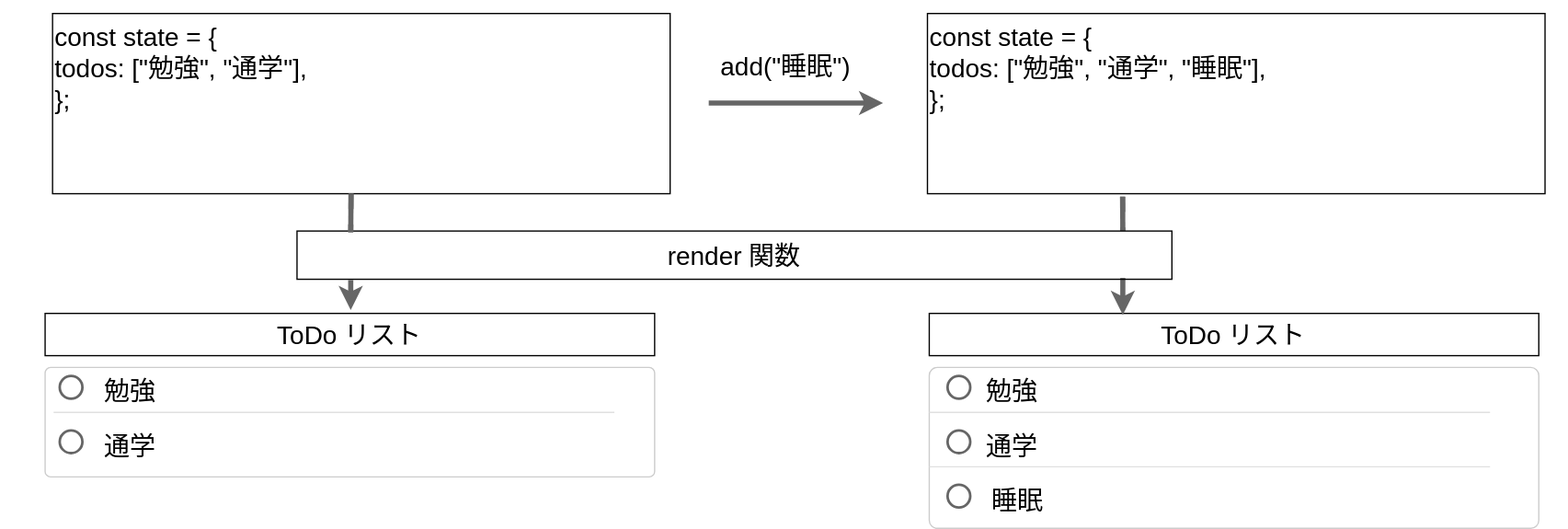
The draw.io diagram docs/4-advanced/04-react/declarative-ui.drawio.svg in ut-code/utcode-learn, before a commit. Source tidied: cells renumbered, new cells last; positions are measured from the earlier drawing's top-left corner, leaving out a move shared by most shapes. Source of this version:
```xml
<mxGraphModel>
  <root>
    <mxCell id="0" />
    <mxCell id="1" parent="0" />
    <mxCell id="2" style="group;direction=south;fillColor=none;fontSize=20;whiteSpace=wrap;" parent="1" vertex="1">
      <mxGeometry width="1218" height="410" as="geometry" />
    </mxCell>
    <mxCell id="3" style="rounded=1;whiteSpace=wrap;fillColor=#FFFFFF;strokeColor=#CCCCCC;arcSize=5;fontSize=20;" parent="2" vertex="1">
      <mxGeometry x="34.2" y="285" width="473.8" height="85" as="geometry" />
    </mxCell>
    <mxCell id="4" value="ToDo リスト" style="rounded=0;whiteSpace=wrap;fontSize=20;fillColor=none;" parent="2" vertex="1">
      <mxGeometry x="34.2" y="243" width="473.7" height="32.8" as="geometry" />
    </mxCell>
    <mxCell id="5" style="ellipse;whiteSpace=wrap;html=1;fillColor=#FFFFFF;strokeColor=#666666;strokeWidth=2;fontSize=20;" parent="2" vertex="1">
      <mxGeometry x="45.6" y="291.6" width="17.6" height="17.6" as="geometry" />
    </mxCell>
    <mxCell id="6" value="勉強" style="text;align=left;verticalAlign=middle;fontSize=20;" parent="2" vertex="1">
      <mxGeometry x="78.7" y="281.7" width="60" height="40" as="geometry" />
    </mxCell>
    <mxCell id="7" style="line;strokeWidth=1;strokeColor=#E0E0E0;fillColor=none;fontSize=20;whiteSpace=wrap;" parent="2" vertex="1">
      <mxGeometry x="40.8" y="319.5" width="435.8" height="0.8" as="geometry" />
    </mxCell>
    <mxCell id="8" style="ellipse;whiteSpace=wrap;html=1;fillColor=#FFFFFF;strokeColor=#666666;strokeWidth=2;fontSize=20;" parent="2" vertex="1">
      <mxGeometry x="45.6" y="333.9" width="17.6" height="17.6" as="geometry" />
    </mxCell>
    <mxCell id="9" value="通学" style="text;align=left;verticalAlign=middle;fontSize=20;" parent="2" vertex="1">
      <mxGeometry x="78.7" y="324.7" width="60" height="40" as="geometry" />
    </mxCell>
    <mxCell id="10" style="rounded=1;whiteSpace=wrap;html=1;fillColor=#FFFFFF;strokeColor=#CCCCCC;arcSize=5;fontSize=20;" parent="2" vertex="1">
      <mxGeometry x="721.4" y="285" width="473.8" height="125" as="geometry" />
    </mxCell>
    <mxCell id="11" value="ToDo リスト" style="rounded=0;whiteSpace=wrap;fontSize=20;fillColor=none;" parent="2" vertex="1">
      <mxGeometry x="721.4" y="243" width="473.7" height="32.8" as="geometry" />
    </mxCell>
    <mxCell id="12" style="ellipse;whiteSpace=wrap;html=1;fillColor=#FFFFFF;strokeColor=#666666;strokeWidth=2;fontSize=20;" parent="2" vertex="1">
      <mxGeometry x="735.6" y="291.6" width="17.6" height="17.6" as="geometry" />
    </mxCell>
    <mxCell id="13" value="勉強" style="text;align=left;verticalAlign=middle;fontSize=20;" parent="2" vertex="1">
      <mxGeometry x="764" y="281.7" width="60" height="40" as="geometry" />
    </mxCell>
    <mxCell id="14" style="line;strokeWidth=1;strokeColor=#E0E0E0;fillColor=none;fontSize=20;whiteSpace=wrap;" parent="2" vertex="1">
      <mxGeometry x="721.4" y="319.5" width="435.8" height="0.8" as="geometry" />
    </mxCell>
    <mxCell id="15" style="ellipse;whiteSpace=wrap;html=1;fillColor=#FFFFFF;strokeColor=#666666;strokeWidth=2;fontSize=20;" parent="2" vertex="1">
      <mxGeometry x="735.6" y="333.9" width="17.6" height="17.6" as="geometry" />
    </mxCell>
    <mxCell id="16" value="通学" style="text;align=left;verticalAlign=middle;fontSize=20;" parent="2" vertex="1">
      <mxGeometry x="764" y="324.7" width="60" height="40" as="geometry" />
    </mxCell>
    <mxCell id="17" style="line;strokeWidth=1;strokeColor=#E0E0E0;fillColor=none;fontSize=20;whiteSpace=wrap;" parent="2" vertex="1">
      <mxGeometry x="721.4" y="361.8" width="435.8" height="0.8" as="geometry" />
    </mxCell>
    <mxCell id="18" style="ellipse;whiteSpace=wrap;html=1;fillColor=#FFFFFF;strokeColor=#666666;strokeWidth=2;fontSize=20;" parent="2" vertex="1">
      <mxGeometry x="735.6" y="376.1" width="17.6" height="17.6" as="geometry" />
    </mxCell>
    <mxCell id="19" value="睡眠" style="text;align=left;verticalAlign=middle;fontSize=20;" parent="2" vertex="1">
      <mxGeometry x="767.8" y="366.9" width="60" height="40" as="geometry" />
    </mxCell>
    <mxCell id="20" value="add(&quot;睡眠&quot;)" style="endArrow=classic;rounded=0;strokeWidth=4;strokeColor=#666666;fillColor=#666666;endFill=1;labelBackgroundColor=none;fontSize=20;" parent="2" edge="1">
      <mxGeometry x="-0.11" y="30" relative="1" as="geometry">
        <mxPoint x="550" y="79.6" as="sourcePoint" />
        <mxPoint x="685.5" y="79.6" as="targetPoint" />
      </mxGeometry>
    </mxCell>
    <mxCell id="21" value="const state = {&#10;  todos: [&quot;勉強&quot;, &quot;通学&quot;],&#10;};" style="text;fontSize=20;strokeColor=default;whiteSpace=wrap;" parent="2" vertex="1">
      <mxGeometry x="40" y="10" width="480" height="140" as="geometry" />
    </mxCell>
    <mxCell id="22" style="endArrow=none;html=1;rounded=0;strokeWidth=4;strokeColor=#666666;fillColor=#666666;endFill=0;shape=wire;dashed=1;fontSize=20;exitX=0.316;exitY=1.016;exitDx=0;exitDy=0;exitPerimeter=0;" parent="2" edge="1" source="27">
      <mxGeometry relative="1" as="geometry">
        <mxPoint x="871.8" y="179" as="targetPoint" />
      </mxGeometry>
    </mxCell>
    <mxCell id="23" style="endArrow=classic;html=1;rounded=0;strokeWidth=4;strokeColor=#666666;fillColor=#666666;endFill=1;fontSize=20;" parent="2" edge="1">
      <mxGeometry relative="1" as="geometry">
        <mxPoint x="871.8" y="215.5" as="sourcePoint" />
        <mxPoint x="871.8" y="244.2" as="targetPoint" />
      </mxGeometry>
    </mxCell>
    <mxCell id="24" value="  render 関数" style="rounded=0;whiteSpace=wrap;fontSize=20;fillColor=none;" parent="2" vertex="1">
      <mxGeometry x="230" y="179" width="680" height="37.5" as="geometry" />
    </mxCell>
    <mxCell id="25" style="endArrow=none;html=1;rounded=0;strokeWidth=4;strokeColor=#666666;fillColor=#666666;endFill=0;shape=wire;dashed=1;fontSize=20;" parent="2" edge="1">
      <mxGeometry relative="1" as="geometry">
        <mxPoint x="272" y="150" as="sourcePoint" />
        <mxPoint x="271.8" y="180" as="targetPoint" />
      </mxGeometry>
    </mxCell>
    <mxCell id="26" style="endArrow=classic;html=1;rounded=0;strokeWidth=4;strokeColor=#666666;fillColor=#666666;endFill=1;fontSize=20;" parent="2" edge="1">
      <mxGeometry relative="1" as="geometry">
        <mxPoint x="271.8" y="217" as="sourcePoint" />
        <mxPoint x="271.8" y="240.4" as="targetPoint" />
      </mxGeometry>
    </mxCell>
    <mxCell id="27" value="const state = {&#10;  todos: [&quot;勉強&quot;, &quot;通学&quot;, &quot;睡眠&quot;],&#10;};&#10;" style="text;fontSize=20;strokeColor=default;whiteSpace=wrap;" parent="2" vertex="1">
      <mxGeometry x="720" y="10" width="480" height="140" as="geometry" />
    </mxCell>
  </root>
</mxGraphModel>
```
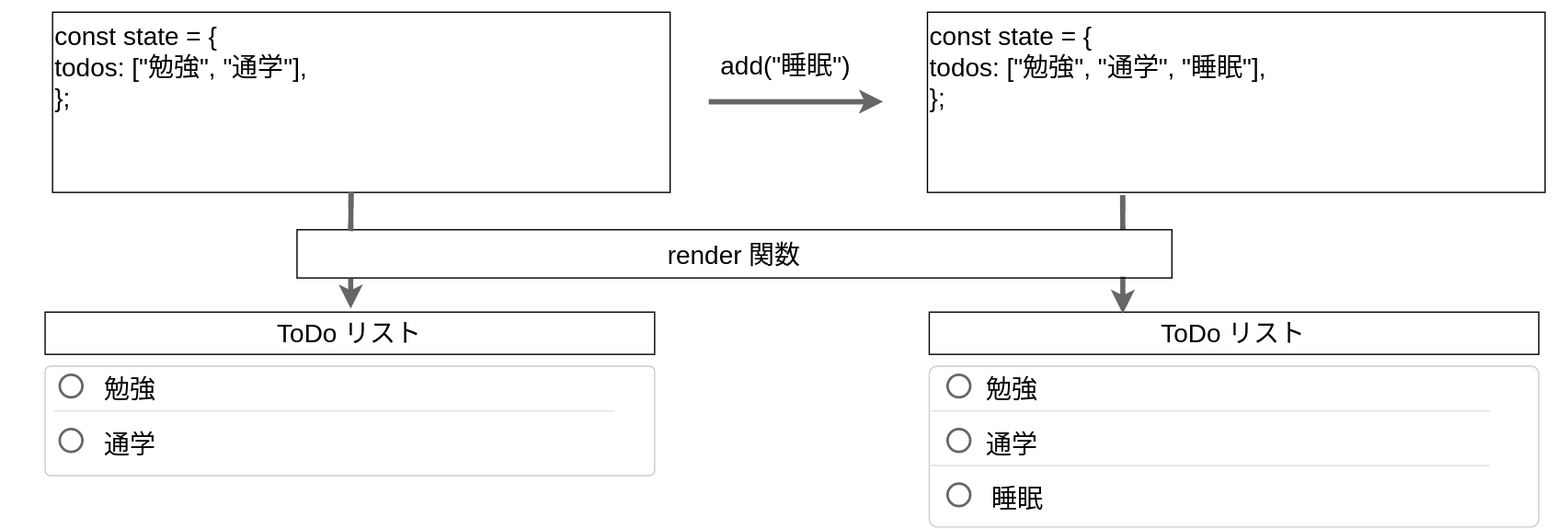
The same diagram one commit later.

Change to the diagram source:
```diff
@@ -62,7 +62,7 @@
         <mxPoint x="685.5" y="79.6" as="targetPoint" />
       </mxGeometry>
     </mxCell>
-    <mxCell id="21" value="const state = {&#10;  todos: [&quot;勉強&quot;, &quot;通学&quot;],&#10;};" style="text;fontSize=20;strokeColor=default;whiteSpace=wrap;" parent="2" vertex="1">
+    <mxCell id="21" value="const state = {&#10;      todos: [&quot;勉強&quot;, &quot;通学&quot;],&#10;};" style="text;fontSize=20;strokeColor=default;whiteSpace=wrap;" parent="2" vertex="1">
       <mxGeometry x="40" y="10" width="480" height="140" as="geometry" />
     </mxCell>
     <mxCell id="22" style="endArrow=none;html=1;rounded=0;strokeWidth=4;strokeColor=#666666;fillColor=#666666;endFill=0;shape=wire;dashed=1;fontSize=20;exitX=0.316;exitY=1.016;exitDx=0;exitDy=0;exitPerimeter=0;" parent="2" edge="1" source="27">
@@ -91,7 +91,7 @@
         <mxPoint x="271.8" y="240.4" as="targetPoint" />
       </mxGeometry>
     </mxCell>
-    <mxCell id="27" value="const state = {&#10;  todos: [&quot;勉強&quot;, &quot;通学&quot;, &quot;睡眠&quot;],&#10;};&#10;" style="text;fontSize=20;strokeColor=default;whiteSpace=wrap;" parent="2" vertex="1">
+    <mxCell id="27" value="const state = {&#10;    todos: [&quot;勉強&quot;, &quot;通学&quot;, &quot;睡眠&quot;],&#10;};" style="text;fontSize=20;strokeColor=default;whiteSpace=wrap;" parent="2" vertex="1">
       <mxGeometry x="720" y="10" width="480" height="140" as="geometry" />
     </mxCell>
   </root>
```
